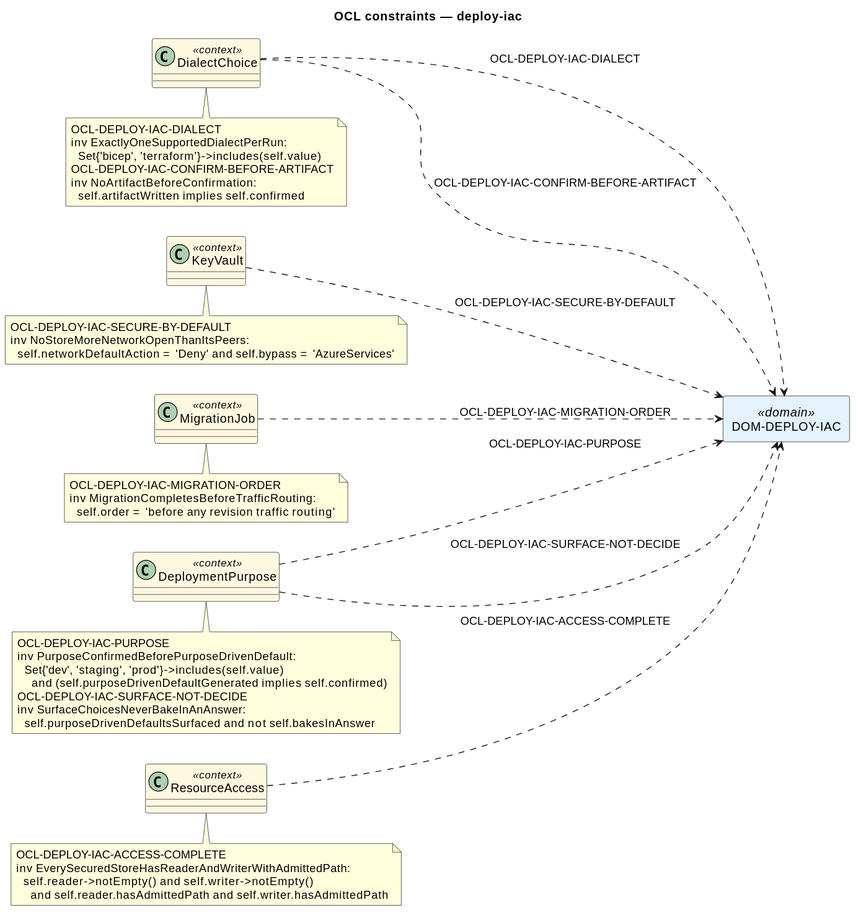
The PlantUML diagram .mdd/rendered/constraints/deploy-iac.svg in cthadeufaria/model-driven-development, before a commit.
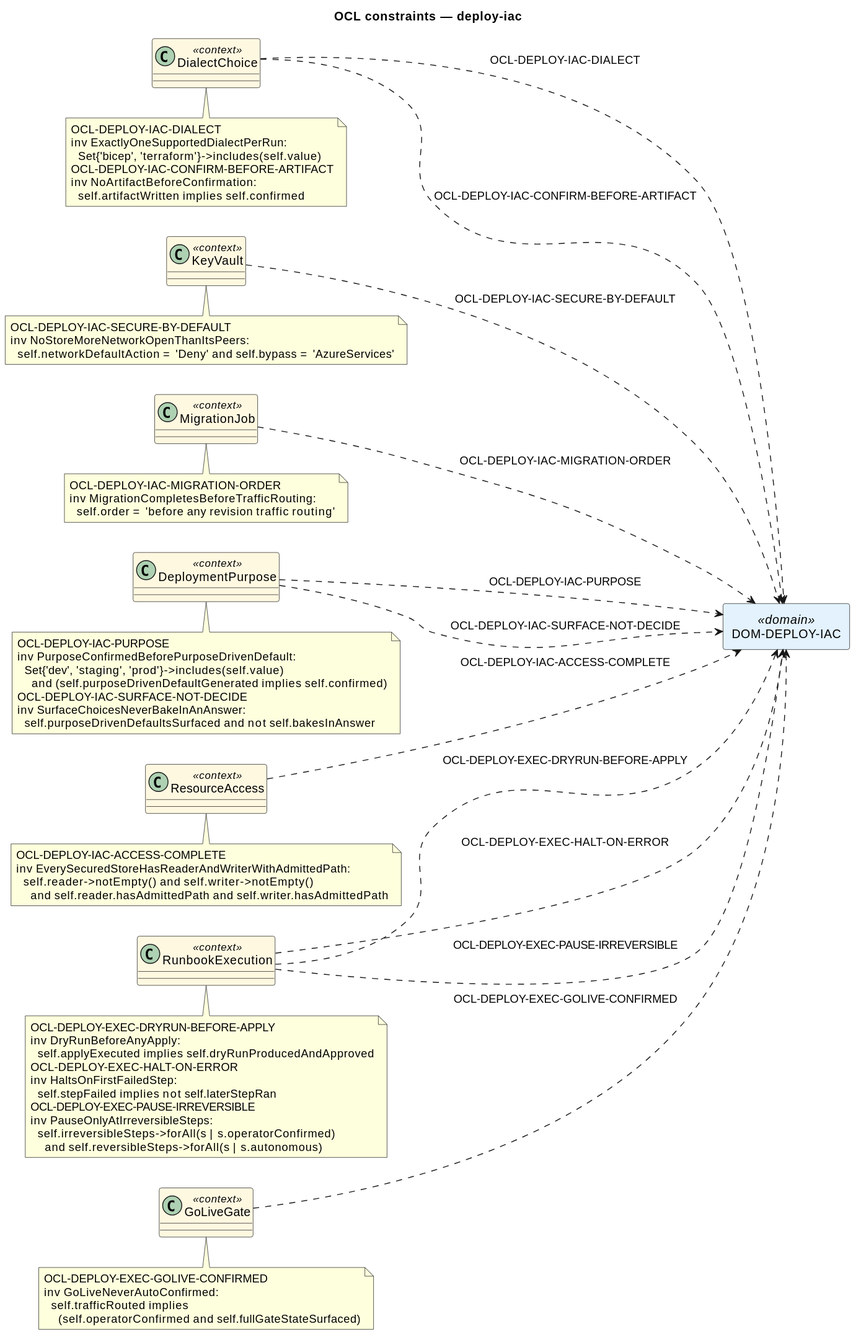
The same diagram one commit later.

Change to the diagram source:
```diff
@@ -10,6 +10,8 @@
 class "MigrationJob" as C2 <<context>>
 class "DeploymentPurpose" as C3 <<context>>
 class "ResourceAccess" as C4 <<context>>
+class "RunbookExecution" as C5 <<context>>
+class "GoLiveGate" as C6 <<context>>
 rectangle "DOM-DEPLOY-IAC" as D0 <<domain>>
 note bottom of C0
   OCL-DEPLOY-IAC-DIALECT
@@ -44,6 +46,24 @@
     self.reader->notEmpty() and self.writer->notEmpty()
       and self.reader.hasAdmittedPath and self.writer.hasAdmittedPath
 end note
+note bottom of C5
+  OCL-DEPLOY-EXEC-DRYRUN-BEFORE-APPLY
+  inv DryRunBeforeAnyApply:
+    self.applyExecuted implies self.dryRunProducedAndApproved
+  OCL-DEPLOY-EXEC-HALT-ON-ERROR
+  inv HaltsOnFirstFailedStep:
+    self.stepFailed implies not self.laterStepRan
+  OCL-DEPLOY-EXEC-PAUSE-IRREVERSIBLE
+  inv PauseOnlyAtIrreversibleSteps:
+    self.irreversibleSteps->forAll(s | s.operatorConfirmed)
+      and self.reversibleSteps->forAll(s | s.autonomous)
+end note
+note bottom of C6
+  OCL-DEPLOY-EXEC-GOLIVE-CONFIRMED
+  inv GoLiveNeverAutoConfirmed:
+    self.trafficRouted implies
+      (self.operatorConfirmed and self.fullGateStateSurfaced)
+end note
 C0 ..> D0 : OCL-DEPLOY-IAC-DIALECT
 C0 ..> D0 : OCL-DEPLOY-IAC-CONFIRM-BEFORE-ARTIFACT
 C1 ..> D0 : OCL-DEPLOY-IAC-SECURE-BY-DEFAULT
@@ -51,4 +71,8 @@
 C3 ..> D0 : OCL-DEPLOY-IAC-PURPOSE
 C4 ..> D0 : OCL-DEPLOY-IAC-ACCESS-COMPLETE
 C3 ..> D0 : OCL-DEPLOY-IAC-SURFACE-NOT-DECIDE
+C5 ..> D0 : OCL-DEPLOY-EXEC-DRYRUN-BEFORE-APPLY
+C5 ..> D0 : OCL-DEPLOY-EXEC-HALT-ON-ERROR
+C5 ..> D0 : OCL-DEPLOY-EXEC-PAUSE-IRREVERSIBLE
+C6 ..> D0 : OCL-DEPLOY-EXEC-GOLIVE-CONFIRMED
 @enduml
```
